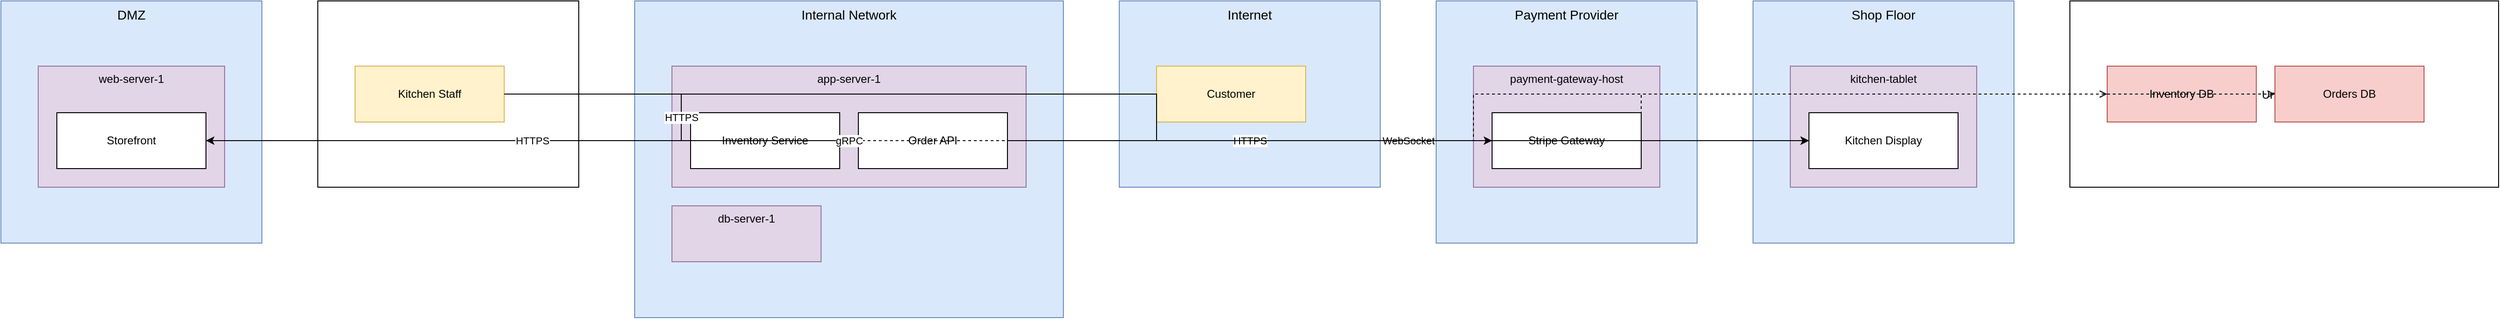
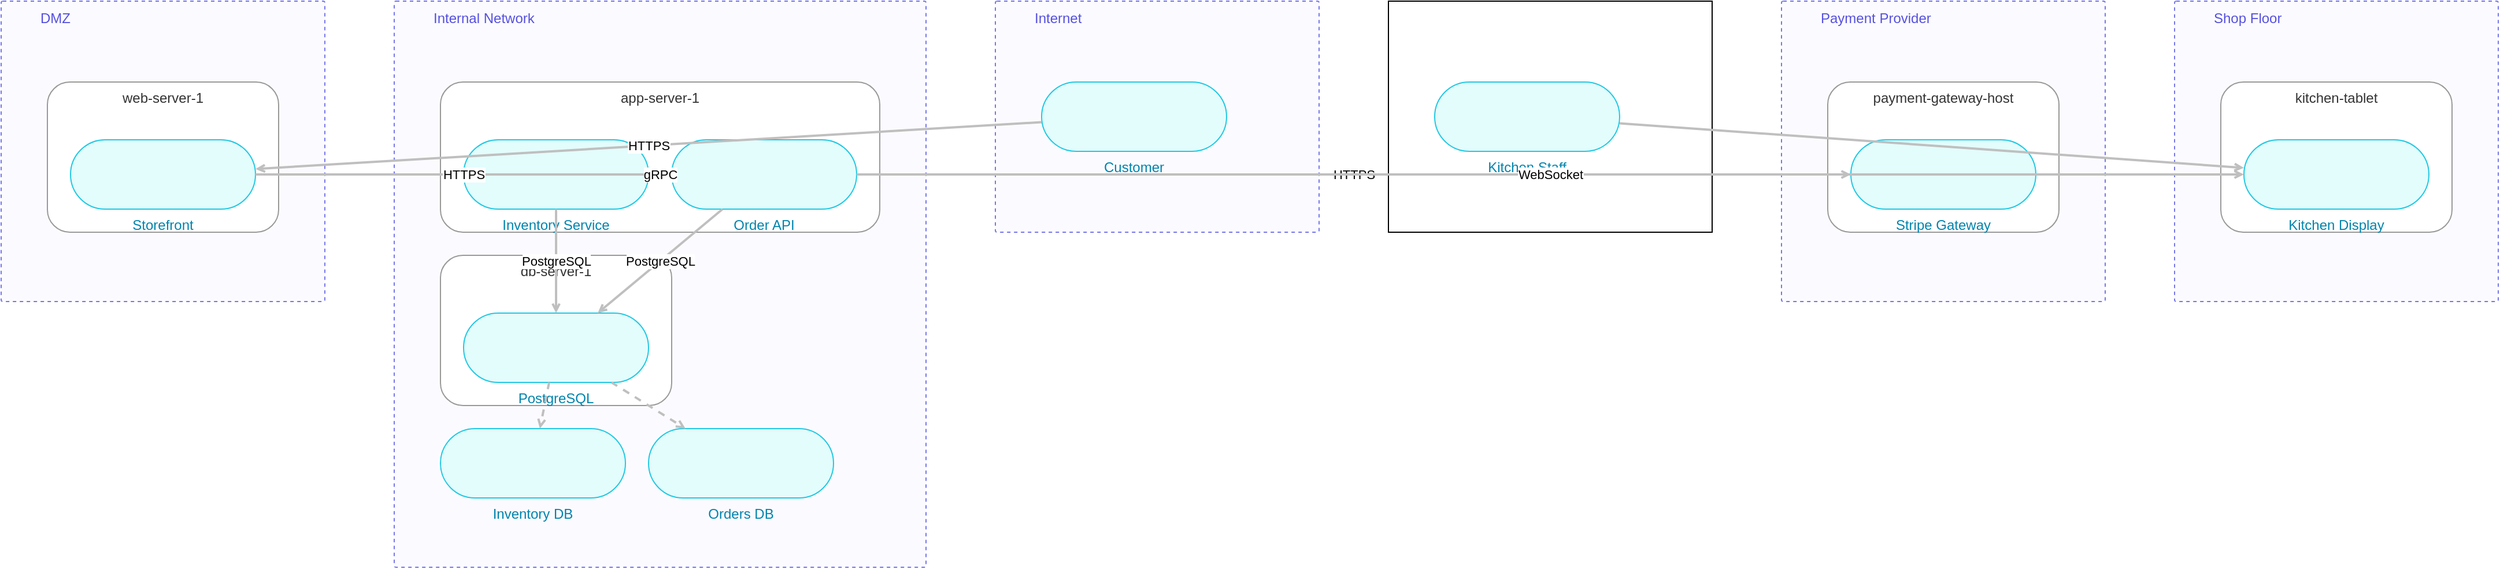
<?xml version='1.0' encoding='UTF-8'?>
<mxfile host="archithreat" version="1.0">
  <diagram id="id_8f6aa8ee63450f9e" name="Lemonade Shop">
    <mxGraphModel dx="1422" dy="757" grid="1" gridSize="10" guides="1" tooltips="1" connect="1" arrows="1" fold="1" page="1" pageScale="1" pageWidth="850" pageHeight="1100" math="0" shadow="0">
      <root>
        <mxCell id="0"/>
        <mxCell id="1" parent="0"/>
-         <mxCell id="z_dmz" value="DMZ" style="shape=mxgraph.iriusrisk.trust_zone;html=1;whiteSpace=wrap;fillColor=#dae8fc;strokeColor=#6c8ebf;verticalAlign=top;fontSize=14;" parent="1" vertex="1">
+         <mxCell id="z_dmz" value="DMZ" style="ir.ref=2ab4effa-40b7-4cd2-ba81-8247d29a6f2d;rounded=1;whiteSpace=wrap;recursiveResize=0;html=1;verticalAlign=top;align=left;dashed=1;strokeWidth=1;arcSize=3;absoluteArcSize=1;spacingTop=1;spacingLeft=32;strokeColor=#7575EB;fillColor=#F0F0FF;fillOpacity=30;fontColor=#5651E0;connectable=0;container=1;source=iriusrisk;ir.type=TRUSTZONE;" parent="1" vertex="1">
          <mxGeometry x="40" y="40" width="280" height="260" as="geometry"/>
        </mxCell>
-         <mxCell id="n_webserver" value="web-server-1" style="shape=mxgraph.iriusrisk.host;html=1;whiteSpace=wrap;fillColor=#e1d5e7;strokeColor=#9673a6;verticalAlign=top;fontSize=12;" parent="z_dmz" vertex="1">
+         <mxCell id="n_webserver" value="web-server-1" style="rounded=1;whiteSpace=wrap;html=1;fillColor=#FFFFFF;strokeColor=#999999;strokeWidth=1;dashed=0;verticalAlign=top;fontSize=12;fontColor=#333333;connectable=0;container=1;collapsible=0;recursiveResize=0;" parent="z_dmz" vertex="1">
          <mxGeometry x="40" y="70" width="200" height="130" as="geometry"/>
        </mxCell>
        <UserObject id="a_storefront" label="Storefront" tech_stack="web">
-           <mxCell style="shape=mxgraph.iriusrisk.web_application;html=1;whiteSpace=wrap;fillColor=#ffffff;strokeColor=#000000;" parent="n_webserver" vertex="1">
+           <mxCell style="rounded=1;whiteSpace=wrap;html=1;align=center;imageAlign=center;imageWidth=82;imageHeight=82;arcSize=90;absoluteArcSize=1;strokeColor=#20C9E3;fillColor=#E3FCFC;fontColor=#0084AD;fontSize=12;source=iriusrisk;ir.type=COMPONENT;ir.componentDefinition.ref=CD-V2-WEB-UI;verticalLabelPosition=bottom;verticalAlign=top;ir.synchronized=1;strokeWidth=1;" parent="n_webserver" vertex="1">
            <mxGeometry x="20" y="50" width="160" height="60" as="geometry"/>
          </mxCell>
        </UserObject>
-         <mxCell id="__external__" value="External" style="" parent="1" vertex="1">
-           <mxGeometry x="380" y="40" width="280" height="200" as="geometry"/>
+         <mxCell id="z_internal" value="Internal Network" style="ir.ref=2ab4effa-40b7-4cd2-ba81-8247d29a6f2d;rounded=1;whiteSpace=wrap;recursiveResize=0;html=1;verticalAlign=top;align=left;dashed=1;strokeWidth=1;arcSize=3;absoluteArcSize=1;spacingTop=1;spacingLeft=32;strokeColor=#7575EB;fillColor=#F0F0FF;fillOpacity=30;fontColor=#5651E0;connectable=0;container=1;source=iriusrisk;ir.type=TRUSTZONE;" parent="1" vertex="1">
+           <mxGeometry x="380" y="40" width="460" height="490" as="geometry"/>
        </mxCell>
-         <mxCell id="ba_kitchen" value="Kitchen Staff" style="shape=mxgraph.iriusrisk.actor;html=1;whiteSpace=wrap;fillColor=#fff2cc;strokeColor=#d6b656;" parent="__external__" vertex="1">
+         <mxCell id="n_appserver" value="app-server-1" style="rounded=1;whiteSpace=wrap;html=1;fillColor=#FFFFFF;strokeColor=#999999;strokeWidth=1;dashed=0;verticalAlign=top;fontSize=12;fontColor=#333333;connectable=0;container=1;collapsible=0;recursiveResize=0;" parent="z_internal" vertex="1">
+           <mxGeometry x="40" y="70" width="380" height="130" as="geometry"/>
+         </mxCell>
+         <mxCell id="a_inventory" value="Inventory Service" style="rounded=1;whiteSpace=wrap;html=1;align=center;imageAlign=center;imageWidth=82;imageHeight=82;arcSize=90;absoluteArcSize=1;strokeColor=#20C9E3;fillColor=#E3FCFC;fontColor=#0084AD;fontSize=12;source=iriusrisk;ir.type=COMPONENT;ir.componentDefinition.ref=CD-V2-WEB-SERVICE;verticalLabelPosition=bottom;verticalAlign=top;ir.synchronized=1;strokeWidth=1;" parent="n_appserver" vertex="1">
+           <mxGeometry x="20" y="50" width="160" height="60" as="geometry"/>
+         </mxCell>
+         <mxCell id="a_orderapi" value="Order API" style="rounded=1;whiteSpace=wrap;html=1;align=center;imageAlign=center;imageWidth=82;imageHeight=82;arcSize=90;absoluteArcSize=1;strokeColor=#20C9E3;fillColor=#E3FCFC;fontColor=#0084AD;fontSize=12;source=iriusrisk;ir.type=COMPONENT;ir.componentDefinition.ref=CD-V2-WEB-SERVICE;verticalLabelPosition=bottom;verticalAlign=top;ir.synchronized=1;strokeWidth=1;" parent="n_appserver" vertex="1">
+           <mxGeometry x="200" y="50" width="160" height="60" as="geometry"/>
+         </mxCell>
+         <mxCell id="n_dbserver" value="db-server-1" style="rounded=1;whiteSpace=wrap;html=1;fillColor=#FFFFFF;strokeColor=#999999;strokeWidth=1;dashed=0;verticalAlign=top;fontSize=12;fontColor=#333333;connectable=0;container=1;collapsible=0;recursiveResize=0;" parent="z_internal" vertex="1">
+           <mxGeometry x="40" y="220" width="200" height="130" as="geometry"/>
+         </mxCell>
+         <mxCell id="a_postgres" value="PostgreSQL" style="rounded=1;whiteSpace=wrap;html=1;align=center;imageAlign=center;imageWidth=82;imageHeight=82;arcSize=90;absoluteArcSize=1;strokeColor=#20C9E3;fillColor=#E3FCFC;fontColor=#0084AD;fontSize=12;source=iriusrisk;ir.type=COMPONENT;ir.componentDefinition.ref=CD-V2-POSTGRESQL;verticalLabelPosition=bottom;verticalAlign=top;ir.synchronized=1;strokeWidth=1;" parent="n_dbserver" vertex="1">
+           <mxGeometry x="20" y="50" width="160" height="60" as="geometry"/>
+         </mxCell>
+         <mxCell id="d_inventory" value="Inventory DB" style="rounded=1;whiteSpace=wrap;html=1;align=center;imageAlign=center;imageWidth=82;imageHeight=82;arcSize=90;absoluteArcSize=1;strokeColor=#20C9E3;fillColor=#E3FCFC;fontColor=#0084AD;fontSize=12;source=iriusrisk;ir.type=COMPONENT;ir.componentDefinition.ref=CD-V2-POSTGRESQL;verticalLabelPosition=bottom;verticalAlign=top;ir.synchronized=1;strokeWidth=1;" parent="z_internal" vertex="1">
+           <mxGeometry x="40" y="370" width="160" height="60" as="geometry"/>
+         </mxCell>
+         <UserObject id="d_orders" label="Orders DB" data_classification="internal">
+           <mxCell style="rounded=1;whiteSpace=wrap;html=1;align=center;imageAlign=center;imageWidth=82;imageHeight=82;arcSize=90;absoluteArcSize=1;strokeColor=#20C9E3;fillColor=#E3FCFC;fontColor=#0084AD;fontSize=12;source=iriusrisk;ir.type=COMPONENT;ir.componentDefinition.ref=CD-V2-POSTGRESQL;verticalLabelPosition=bottom;verticalAlign=top;ir.synchronized=1;strokeWidth=1;" parent="z_internal" vertex="1">
+             <mxGeometry x="220" y="370" width="160" height="60" as="geometry"/>
+           </mxCell>
+         </UserObject>
+         <mxCell id="z_internet" value="Internet" style="ir.ref=f0ba7722-39b6-4c81-8290-a30a248bb8d9;rounded=1;whiteSpace=wrap;recursiveResize=0;html=1;verticalAlign=top;align=left;dashed=1;strokeWidth=1;arcSize=3;absoluteArcSize=1;spacingTop=1;spacingLeft=32;strokeColor=#7575EB;fillColor=#F0F0FF;fillOpacity=30;fontColor=#5651E0;connectable=0;container=1;source=iriusrisk;ir.type=TRUSTZONE;" parent="1" vertex="1">
+           <mxGeometry x="900" y="40" width="280" height="200" as="geometry"/>
+         </mxCell>
+         <mxCell id="ba_customer" value="Customer" style="rounded=1;whiteSpace=wrap;html=1;align=center;imageAlign=center;imageWidth=82;imageHeight=82;arcSize=90;absoluteArcSize=1;strokeColor=#20C9E3;fillColor=#E3FCFC;fontColor=#0084AD;fontSize=12;source=iriusrisk;ir.type=COMPONENT;ir.componentDefinition.ref=CD-V2-BROWSER;verticalLabelPosition=bottom;verticalAlign=top;ir.synchronized=1;strokeWidth=1;" parent="z_internet" vertex="1">
          <mxGeometry x="40" y="70" width="160" height="60" as="geometry"/>
        </mxCell>
-         <mxCell id="z_internal" value="Internal Network" style="shape=mxgraph.iriusrisk.trust_zone;html=1;whiteSpace=wrap;fillColor=#dae8fc;strokeColor=#6c8ebf;verticalAlign=top;fontSize=14;" parent="1" vertex="1">
-           <mxGeometry x="720" y="40" width="460" height="340" as="geometry"/>
+         <mxCell id="__external__" value="Internet" style="" parent="1" vertex="1">
+           <mxGeometry x="1240" y="40" width="280" height="200" as="geometry"/>
        </mxCell>
-         <mxCell id="n_appserver" value="app-server-1" style="shape=mxgraph.iriusrisk.host;html=1;whiteSpace=wrap;fillColor=#e1d5e7;strokeColor=#9673a6;verticalAlign=top;fontSize=12;" parent="z_internal" vertex="1">
-           <mxGeometry x="40" y="70" width="380" height="130" as="geometry"/>
+         <mxCell id="ba_kitchen" value="Kitchen Staff" style="rounded=1;whiteSpace=wrap;html=1;align=center;imageAlign=center;imageWidth=82;imageHeight=82;arcSize=90;absoluteArcSize=1;strokeColor=#20C9E3;fillColor=#E3FCFC;fontColor=#0084AD;fontSize=12;source=iriusrisk;ir.type=COMPONENT;ir.componentDefinition.ref=CD-V2-BROWSER;verticalLabelPosition=bottom;verticalAlign=top;ir.synchronized=1;strokeWidth=1;" parent="__external__" vertex="1">
+           <mxGeometry x="40" y="70" width="160" height="60" as="geometry"/>
        </mxCell>
-         <mxCell id="a_inventory" value="Inventory Service" style="shape=mxgraph.iriusrisk.generic_application;html=1;whiteSpace=wrap;fillColor=#ffffff;strokeColor=#000000;" parent="n_appserver" vertex="1">
+         <mxCell id="z_payments" value="Payment Provider" style="ir.ref=2ab4effa-40b7-4cd2-ba81-8247d29a6f2d;rounded=1;whiteSpace=wrap;recursiveResize=0;html=1;verticalAlign=top;align=left;dashed=1;strokeWidth=1;arcSize=3;absoluteArcSize=1;spacingTop=1;spacingLeft=32;strokeColor=#7575EB;fillColor=#F0F0FF;fillOpacity=30;fontColor=#5651E0;connectable=0;container=1;source=iriusrisk;ir.type=TRUSTZONE;" parent="1" vertex="1">
+           <mxGeometry x="1580" y="40" width="280" height="260" as="geometry"/>
+         </mxCell>
+         <mxCell id="n_paygw" value="payment-gateway-host" style="rounded=1;whiteSpace=wrap;html=1;fillColor=#FFFFFF;strokeColor=#999999;strokeWidth=1;dashed=0;verticalAlign=top;fontSize=12;fontColor=#333333;connectable=0;container=1;collapsible=0;recursiveResize=0;" parent="z_payments" vertex="1">
+           <mxGeometry x="40" y="70" width="200" height="130" as="geometry"/>
+         </mxCell>
+         <mxCell id="a_paygw" value="Stripe Gateway" style="rounded=1;whiteSpace=wrap;html=1;align=center;imageAlign=center;imageWidth=82;imageHeight=82;arcSize=90;absoluteArcSize=1;strokeColor=#20C9E3;fillColor=#E3FCFC;fontColor=#0084AD;fontSize=12;source=iriusrisk;ir.type=COMPONENT;ir.componentDefinition.ref=CD-V2-WEB-SERVICE;verticalLabelPosition=bottom;verticalAlign=top;ir.synchronized=1;strokeWidth=1;" parent="n_paygw" vertex="1">
          <mxGeometry x="20" y="50" width="160" height="60" as="geometry"/>
        </mxCell>
-         <mxCell id="a_orderapi" value="Order API" style="shape=mxgraph.iriusrisk.generic_application;html=1;whiteSpace=wrap;fillColor=#ffffff;strokeColor=#000000;" parent="n_appserver" vertex="1">
-           <mxGeometry x="200" y="50" width="160" height="60" as="geometry"/>
-         </mxCell>
-         <mxCell id="n_dbserver" value="db-server-1" style="shape=mxgraph.iriusrisk.host;html=1;whiteSpace=wrap;fillColor=#e1d5e7;strokeColor=#9673a6;verticalAlign=top;fontSize=12;" parent="z_internal" vertex="1">
-           <mxGeometry x="40" y="220" width="160" height="60" as="geometry"/>
-         </mxCell>
-         <mxCell id="z_internet" value="Internet" style="shape=mxgraph.iriusrisk.trust_zone;html=1;whiteSpace=wrap;fillColor=#dae8fc;strokeColor=#6c8ebf;verticalAlign=top;fontSize=14;" parent="1" vertex="1">
-           <mxGeometry x="1240" y="40" width="280" height="200" as="geometry"/>
-         </mxCell>
-         <mxCell id="ba_customer" value="Customer" style="shape=mxgraph.iriusrisk.actor;html=1;whiteSpace=wrap;fillColor=#fff2cc;strokeColor=#d6b656;" parent="z_internet" vertex="1">
-           <mxGeometry x="40" y="70" width="160" height="60" as="geometry"/>
-         </mxCell>
-         <mxCell id="z_payments" value="Payment Provider" style="shape=mxgraph.iriusrisk.trust_zone;html=1;whiteSpace=wrap;fillColor=#dae8fc;strokeColor=#6c8ebf;verticalAlign=top;fontSize=14;" parent="1" vertex="1">
-           <mxGeometry x="1580" y="40" width="280" height="260" as="geometry"/>
-         </mxCell>
-         <mxCell id="n_paygw" value="payment-gateway-host" style="shape=mxgraph.iriusrisk.host;html=1;whiteSpace=wrap;fillColor=#e1d5e7;strokeColor=#9673a6;verticalAlign=top;fontSize=12;" parent="z_payments" vertex="1">
-           <mxGeometry x="40" y="70" width="200" height="130" as="geometry"/>
-         </mxCell>
-         <mxCell id="a_paygw" value="Stripe Gateway" style="shape=mxgraph.iriusrisk.generic_application;html=1;whiteSpace=wrap;fillColor=#ffffff;strokeColor=#000000;" parent="n_paygw" vertex="1">
-           <mxGeometry x="20" y="50" width="160" height="60" as="geometry"/>
-         </mxCell>
-         <mxCell id="z_shop" value="Shop Floor" style="shape=mxgraph.iriusrisk.trust_zone;html=1;whiteSpace=wrap;fillColor=#dae8fc;strokeColor=#6c8ebf;verticalAlign=top;fontSize=14;" parent="1" vertex="1">
+         <mxCell id="z_shop" value="Shop Floor" style="ir.ref=2ab4effa-40b7-4cd2-ba81-8247d29a6f2d;rounded=1;whiteSpace=wrap;recursiveResize=0;html=1;verticalAlign=top;align=left;dashed=1;strokeWidth=1;arcSize=3;absoluteArcSize=1;spacingTop=1;spacingLeft=32;strokeColor=#7575EB;fillColor=#F0F0FF;fillOpacity=30;fontColor=#5651E0;connectable=0;container=1;source=iriusrisk;ir.type=TRUSTZONE;" parent="1" vertex="1">
          <mxGeometry x="1920" y="40" width="280" height="260" as="geometry"/>
        </mxCell>
-         <mxCell id="n_tablet" value="kitchen-tablet" style="shape=mxgraph.iriusrisk.device;html=1;whiteSpace=wrap;fillColor=#e1d5e7;strokeColor=#9673a6;verticalAlign=top;fontSize=12;" parent="z_shop" vertex="1">
+         <mxCell id="n_tablet" value="kitchen-tablet" style="rounded=1;whiteSpace=wrap;html=1;fillColor=#FFFFFF;strokeColor=#999999;strokeWidth=1;dashed=0;verticalAlign=top;fontSize=12;fontColor=#333333;connectable=0;container=1;collapsible=0;recursiveResize=0;" parent="z_shop" vertex="1">
          <mxGeometry x="40" y="70" width="200" height="130" as="geometry"/>
        </mxCell>
        <UserObject id="a_kitchenui" label="Kitchen Display" tech_stack="mobile">
-           <mxCell style="shape=mxgraph.iriusrisk.mobile_application;html=1;whiteSpace=wrap;fillColor=#ffffff;strokeColor=#000000;" parent="n_tablet" vertex="1">
+           <mxCell style="rounded=1;whiteSpace=wrap;html=1;align=center;imageAlign=center;imageWidth=82;imageHeight=82;arcSize=90;absoluteArcSize=1;strokeColor=#20C9E3;fillColor=#E3FCFC;fontColor=#0084AD;fontSize=12;source=iriusrisk;ir.type=COMPONENT;ir.componentDefinition.ref=CD-V2-MOBILE-UI;verticalLabelPosition=bottom;verticalAlign=top;ir.synchronized=1;strokeWidth=1;" parent="n_tablet" vertex="1">
            <mxGeometry x="20" y="50" width="160" height="60" as="geometry"/>
          </mxCell>
        </UserObject>
-         <mxCell id="__unzoned__" value="Unzoned" style="" parent="1" vertex="1">
-           <mxGeometry x="2260" y="40" width="460" height="200" as="geometry"/>
+         <mxCell id="ra_orders_db" value="" style="edgeStyle=none;curved=1;html=1;strokeColor=#BFBFBF;strokeWidth=2;endArrow=open;endFill=0;endSize=4;dashed=1;" parent="1" edge="1" source="a_postgres" target="d_orders">
+           <mxGeometry relative="1" as="geometry"/>
        </mxCell>
-         <mxCell id="d_inventory" value="Inventory DB" style="shape=mxgraph.iriusrisk.data_store;html=1;whiteSpace=wrap;fillColor=#f8cecc;strokeColor=#b85450;" parent="__unzoned__" vertex="1">
-           <mxGeometry x="40" y="70" width="160" height="60" as="geometry"/>
+         <mxCell id="ra_inv_db" value="" style="edgeStyle=none;curved=1;html=1;strokeColor=#BFBFBF;strokeWidth=2;endArrow=open;endFill=0;endSize=4;dashed=1;" parent="1" edge="1" source="a_postgres" target="d_inventory">
+           <mxGeometry relative="1" as="geometry"/>
        </mxCell>
-         <UserObject id="d_orders" label="Orders DB" data_classification="internal">
-           <mxCell style="shape=mxgraph.iriusrisk.data_store;html=1;whiteSpace=wrap;fillColor=#f8cecc;strokeColor=#b85450;" parent="__unzoned__" vertex="1">
-             <mxGeometry x="220" y="70" width="160" height="60" as="geometry"/>
+         <UserObject id="rf_order_pg" label="PostgreSQL" protocol="PostgreSQL">
+           <mxCell style="edgeStyle=none;curved=1;html=1;strokeColor=#BFBFBF;strokeWidth=2;endArrow=open;endFill=0;endSize=4;" parent="1" edge="1" source="a_orderapi" target="a_postgres">
+             <mxGeometry relative="1" as="geometry"/>
          </mxCell>
        </UserObject>
-         <mxCell id="ra_orders_db" value="" style="edgeStyle=orthogonalEdgeStyle;rounded=0;html=1;dashed=1;endArrow=open;" parent="1" edge="1" source="a_orderapi" target="d_orders">
-           <mxGeometry relative="1" as="geometry"/>
-         </mxCell>
-         <mxCell id="ra_inv_db" value="" style="edgeStyle=orthogonalEdgeStyle;rounded=0;html=1;dashed=1;endArrow=open;" parent="1" edge="1" source="a_inventory" target="d_inventory">
-           <mxGeometry relative="1" as="geometry"/>
-         </mxCell>
+         <UserObject id="rf_inv_pg" label="PostgreSQL" protocol="PostgreSQL">
+           <mxCell style="edgeStyle=none;curved=1;html=1;strokeColor=#BFBFBF;strokeWidth=2;endArrow=open;endFill=0;endSize=4;" parent="1" edge="1" source="a_inventory" target="a_postgres">
+             <mxGeometry relative="1" as="geometry"/>
+           </mxCell>
+         </UserObject>
        <UserObject id="rf_cust_storefront" label="HTTPS" protocol="HTTPS">
-           <mxCell style="edgeStyle=orthogonalEdgeStyle;rounded=0;html=1;endArrow=classic;" parent="1" edge="1" source="ba_customer" target="a_storefront">
+           <mxCell style="edgeStyle=none;curved=1;html=1;strokeColor=#BFBFBF;strokeWidth=2;endArrow=open;endFill=0;endSize=4;" parent="1" edge="1" source="ba_customer" target="a_storefront">
            <mxGeometry relative="1" as="geometry"/>
          </mxCell>
        </UserObject>
        <UserObject id="rf_storefront_order" label="HTTPS" protocol="HTTPS">
-           <mxCell style="edgeStyle=orthogonalEdgeStyle;rounded=0;html=1;endArrow=classic;" parent="1" edge="1" source="a_storefront" target="a_orderapi">
+           <mxCell style="edgeStyle=none;curved=1;html=1;strokeColor=#BFBFBF;strokeWidth=2;endArrow=open;endFill=0;endSize=4;" parent="1" edge="1" source="a_storefront" target="a_orderapi">
            <mxGeometry relative="1" as="geometry"/>
          </mxCell>
        </UserObject>
        <UserObject id="rf_order_inv" label="gRPC" protocol="gRPC">
-           <mxCell style="edgeStyle=orthogonalEdgeStyle;rounded=0;html=1;endArrow=classic;" parent="1" edge="1" source="a_orderapi" target="a_inventory">
+           <mxCell style="edgeStyle=none;curved=1;html=1;strokeColor=#BFBFBF;strokeWidth=2;endArrow=open;endFill=0;endSize=4;" parent="1" edge="1" source="a_orderapi" target="a_inventory">
            <mxGeometry relative="1" as="geometry"/>
          </mxCell>
        </UserObject>
        <UserObject id="rf_order_pay" label="HTTPS" protocol="HTTPS">
-           <mxCell style="edgeStyle=orthogonalEdgeStyle;rounded=0;html=1;endArrow=classic;" parent="1" edge="1" source="a_orderapi" target="a_paygw">
+           <mxCell style="edgeStyle=none;curved=1;html=1;strokeColor=#BFBFBF;strokeWidth=2;endArrow=open;endFill=0;endSize=4;" parent="1" edge="1" source="a_orderapi" target="a_paygw">
            <mxGeometry relative="1" as="geometry"/>
          </mxCell>
        </UserObject>
        <UserObject id="rf_order_kitchen" label="WebSocket" protocol="WebSocket">
-           <mxCell style="edgeStyle=orthogonalEdgeStyle;rounded=0;html=1;endArrow=classic;" parent="1" edge="1" source="a_orderapi" target="a_kitchenui">
+           <mxCell style="edgeStyle=none;curved=1;html=1;strokeColor=#BFBFBF;strokeWidth=2;endArrow=open;endFill=0;endSize=4;" parent="1" edge="1" source="a_orderapi" target="a_kitchenui">
            <mxGeometry relative="1" as="geometry"/>
          </mxCell>
        </UserObject>
-         <mxCell id="rs_kitchen_staff" value="" style="edgeStyle=orthogonalEdgeStyle;rounded=0;html=1;endArrow=classic;" parent="1" edge="1" source="ba_kitchen" target="a_kitchenui">
+         <mxCell id="rs_kitchen_staff" value="" style="edgeStyle=none;curved=1;html=1;strokeColor=#BFBFBF;strokeWidth=2;endArrow=open;endFill=0;endSize=4;" parent="1" edge="1" source="ba_kitchen" target="a_kitchenui">
          <mxGeometry relative="1" as="geometry"/>
        </mxCell>
      </root>
    </mxGraphModel>
  </diagram>
</mxfile>
